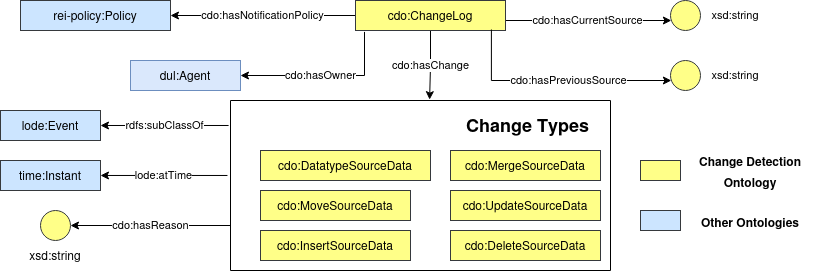
The draw.io diagram images/class_interaction.png in alex-randles/Change-Detection-Ontology, before a commit. Source tidied: cells renumbered, new cells last; positions are measured from the earlier drawing's top-left corner, leaving out a move shared by most shapes.
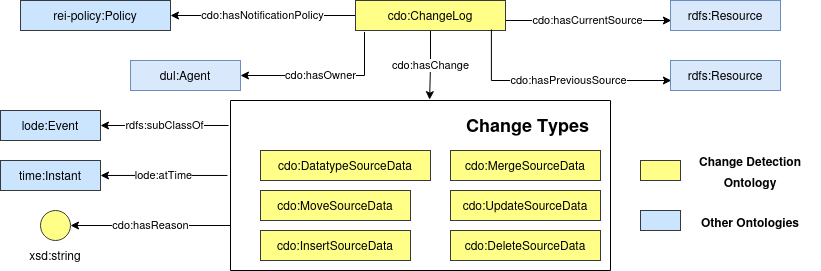
Above is the later version.

Commit message:
updatng diagram

What changed in the source:
```diff
@@ -109,5 +109,11 @@
     <mxCell id="32" value="cdo:InsertSourceData" style="rounded=0;whiteSpace=wrap;html=1;fillColor=#ffff88;strokeColor=#36393d;" parent="1" vertex="1">
       <mxGeometry x="260" y="230" width="150" height="30" as="geometry" />
     </mxCell>
+    <mxCell id="33" value="rdfs:Resource" style="rounded=0;whiteSpace=wrap;html=1;fillColor=#dae8fc;strokeColor=#6c8ebf;" parent="1" vertex="1">
+      <mxGeometry x="670" width="110" height="30" as="geometry" />
+    </mxCell>
+    <mxCell id="34" value="rdfs:Resource" style="rounded=0;whiteSpace=wrap;html=1;fillColor=#dae8fc;strokeColor=#6c8ebf;" parent="1" vertex="1">
+      <mxGeometry x="670" y="60" width="110" height="30" as="geometry" />
+    </mxCell>
   </root>
 </mxGraphModel>
```
